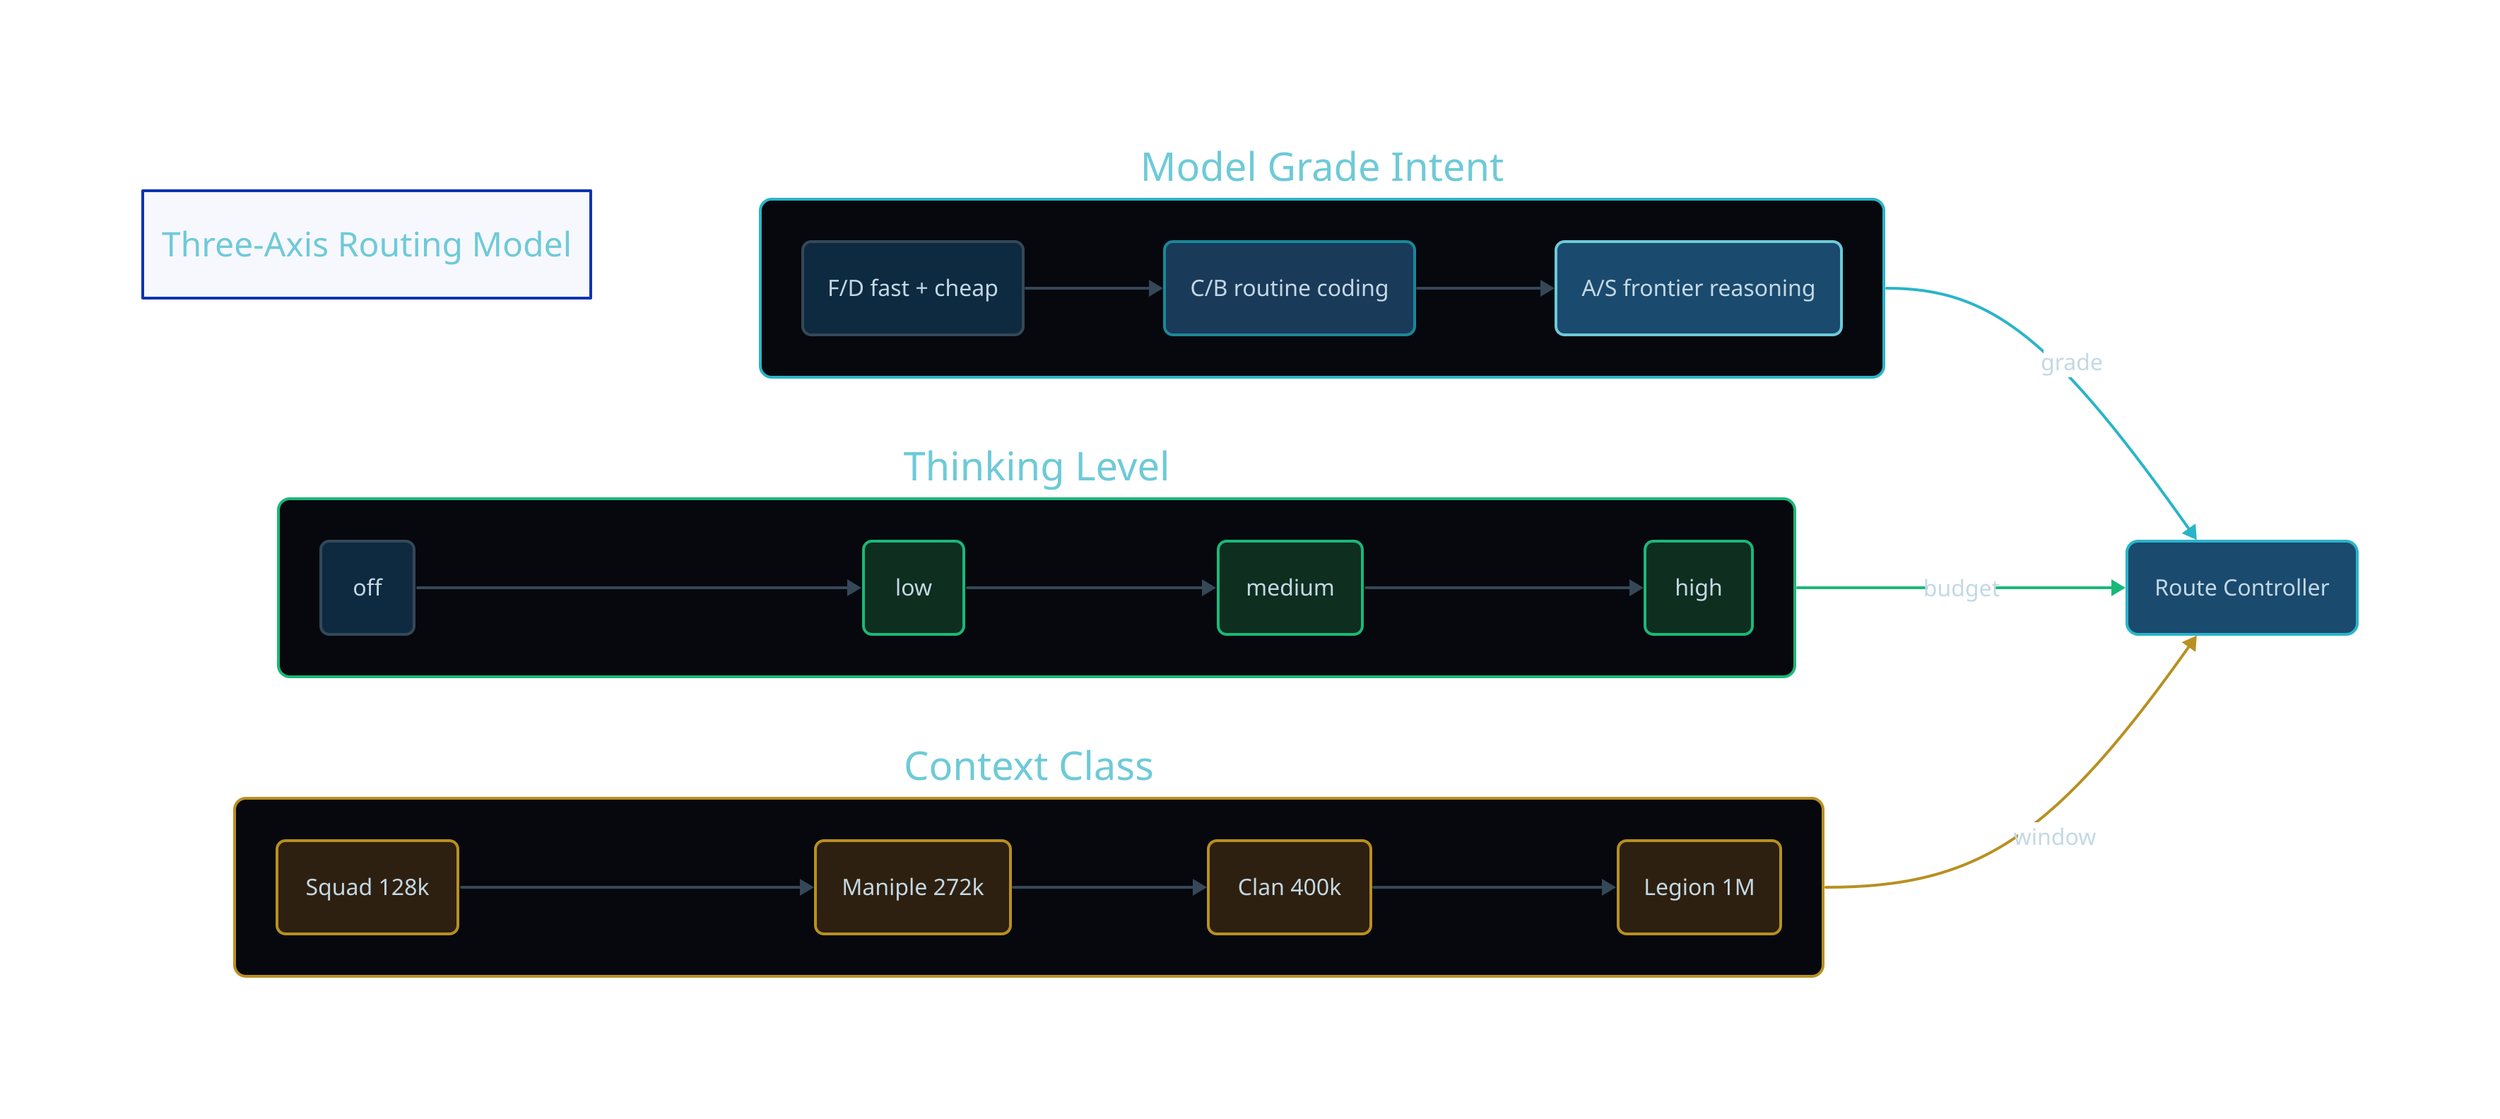
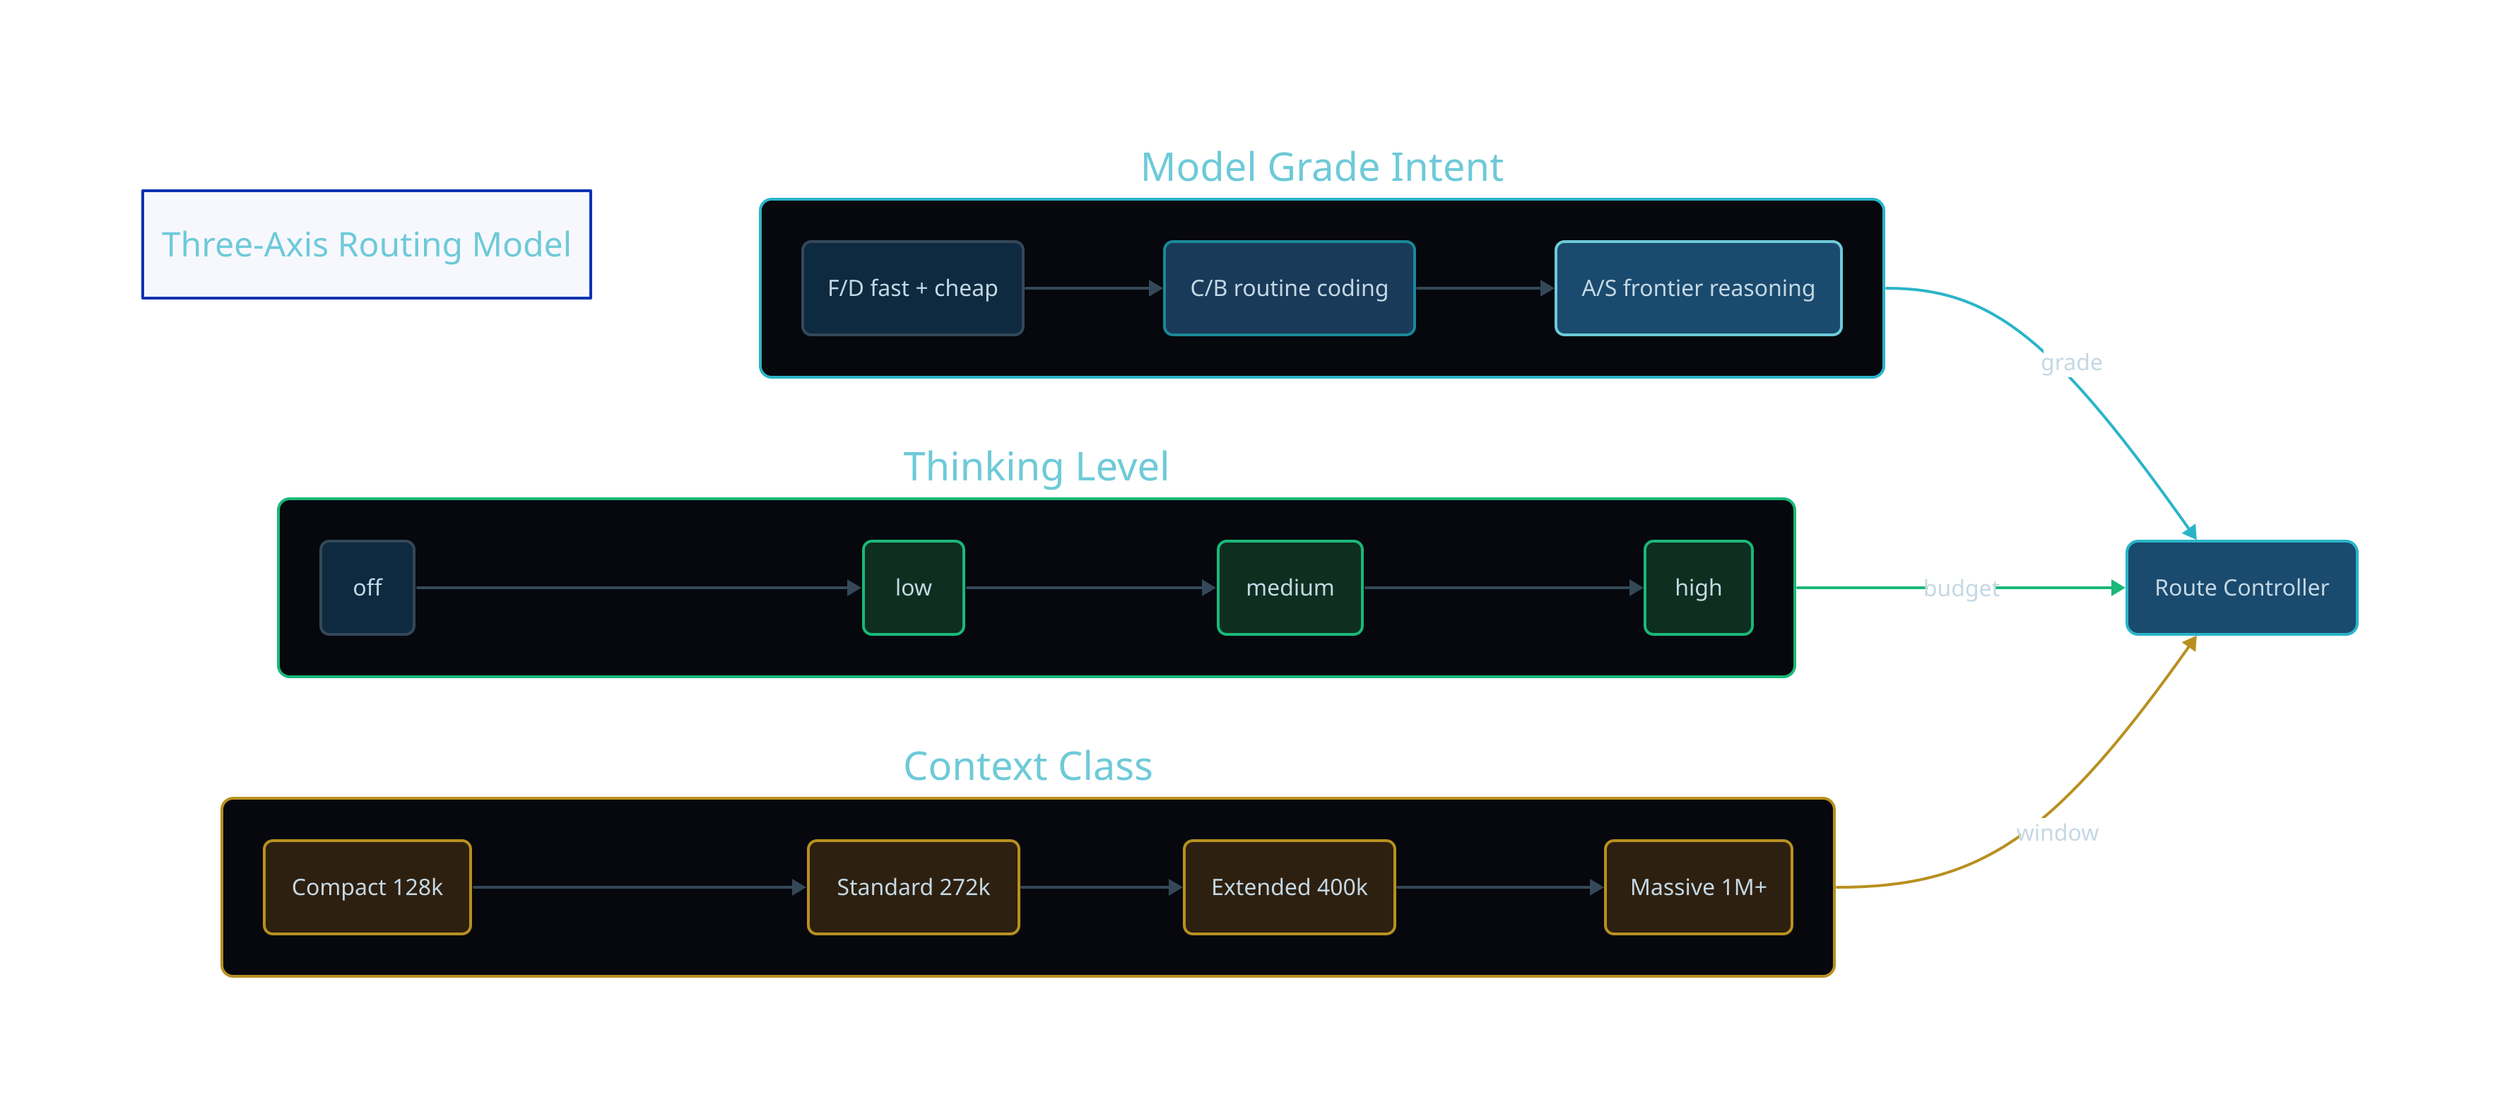
direction: right

title: Three-Axis Routing Model {
  style: {
    font-size: 24
    font-color: "#6ecad8"
    bold: true
  }
}

grade: Model Grade Intent {
  style: {
    fill: "#06080e"
    stroke: "#2ab4c8"
    font-color: "#6ecad8"
    border-radius: 8
  }

  f: F/D fast + cheap {
    style: { fill: "#0e2a40"; stroke: "#344858"; font-color: "#c4d8e4"; border-radius: 6 }
  }
  cb: C/B routine coding {
    style: { fill: "#1a3a5a"; stroke: "#1a8898"; font-color: "#c4d8e4"; border-radius: 6 }
  }
  as: A/S frontier reasoning {
    style: { fill: "#1a4a6e"; stroke: "#6ecad8"; font-color: "#c4d8e4"; border-radius: 6 }
  }

  f -> cb -> as {
    style: { stroke: "#344858" }
  }
}

thinking: Thinking Level {
  style: {
    fill: "#06080e"
    stroke: "#1ab878"
    font-color: "#6ecad8"
    border-radius: 8
  }

  off: off {
    style: { fill: "#0e2a40"; stroke: "#344858"; font-color: "#c4d8e4"; border-radius: 6 }
  }
  low: low {
    style: { fill: "#0e2e20"; stroke: "#1ab878"; font-color: "#c4d8e4"; border-radius: 6 }
  }
  medium: medium {
    style: { fill: "#0e2e20"; stroke: "#1ab878"; font-color: "#c4d8e4"; border-radius: 6 }
  }
  high: high {
    style: { fill: "#0e2e20"; stroke: "#1ab878"; font-color: "#c4d8e4"; border-radius: 6 }
  }

  off -> low -> medium -> high {
    style: { stroke: "#344858" }
  }
}

context: Context Class {
  style: {
    fill: "#06080e"
    stroke: "#b89020"
    font-color: "#6ecad8"
    border-radius: 8
  }

-   squad: Squad 128k {
+   compact: Compact 128k {
    style: { fill: "#2e2010"; stroke: "#b89020"; font-color: "#c4d8e4"; border-radius: 6 }
  }
-   maniple: Maniple 272k {
+   standard: Standard 272k {
    style: { fill: "#2e2010"; stroke: "#b89020"; font-color: "#c4d8e4"; border-radius: 6 }
  }
-   clan: Clan 400k {
+   extended: Extended 400k {
    style: { fill: "#2e2010"; stroke: "#b89020"; font-color: "#c4d8e4"; border-radius: 6 }
  }
-   legion: Legion 1M {
+   massive: Massive 1M+ {
    style: { fill: "#2e2010"; stroke: "#b89020"; font-color: "#c4d8e4"; border-radius: 6 }
  }

-   squad -> maniple -> clan -> legion {
+   compact -> standard -> extended -> massive {
    style: { stroke: "#344858" }
  }
}

routing: Route Controller {
  style: { fill: "#1a4a6e"; stroke: "#2ab4c8"; font-color: "#c4d8e4"; border-radius: 8 }
}

grade -> routing: grade {
  style: { stroke: "#2ab4c8"; font-color: "#c4d8e4" }
}
thinking -> routing: budget {
  style: { stroke: "#1ab878"; font-color: "#c4d8e4" }
}
context -> routing: window {
  style: { stroke: "#b89020"; font-color: "#c4d8e4" }
}
